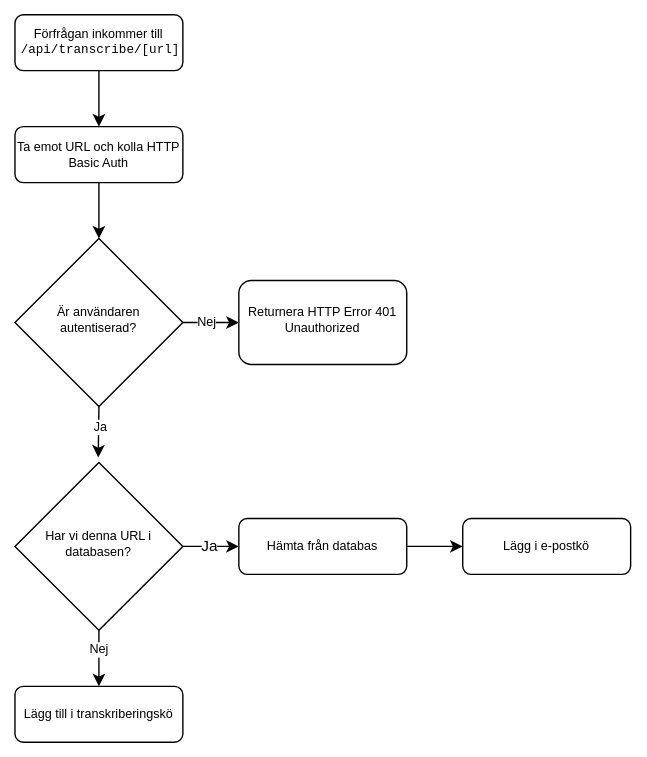
Earlier version of the draw.io export docs/images/system-flowchart.svg (seffradev/youtube-transcription-service). Source tidied: cells renumbered, new cells last; positions are measured from the earlier drawing's top-left corner, leaving out a move shared by most shapes. The source it was exported from:
```xml
<mxGraphModel>
  <root>
    <mxCell id="0" />
    <mxCell id="1" parent="0" />
    <mxCell id="2" style="edgeStyle=orthogonalEdgeStyle;rounded=0;jettySize=auto;html=1;exitX=0.5;exitY=1;exitDx=0;exitDy=0;entryX=0.5;entryY=0;entryDx=0;entryDy=0;" parent="1" edge="1" source="3" target="15">
      <mxGeometry relative="1" as="geometry" />
    </mxCell>
    <mxCell id="3" value="Ta emot URL och kolla HTTP Basic Auth" style="rounded=1;whiteSpace=wrap;html=1;fontSize=9;glass=0;strokeWidth=1;shadow=0;" parent="1" vertex="1">
      <mxGeometry y="80" width="120" height="40" as="geometry" />
    </mxCell>
    <mxCell id="4" style="edgeStyle=orthogonalEdgeStyle;rounded=0;jettySize=auto;html=1;exitX=0.5;exitY=1;exitDx=0;exitDy=0;entryX=0.5;entryY=0;entryDx=0;entryDy=0;" parent="1" edge="1" source="8" target="11">
      <mxGeometry relative="1" as="geometry" />
    </mxCell>
    <mxCell id="5" value="Nej" style="edgeLabel;html=1;align=center;verticalAlign=middle;fontSize=9;" parent="4" vertex="1">
      <mxGeometry x="0.38" relative="1" as="geometry">
        <mxPoint y="-14" as="offset" />
      </mxGeometry>
    </mxCell>
    <mxCell id="6" style="edgeStyle=orthogonalEdgeStyle;rounded=0;jettySize=auto;html=1;exitX=1;exitY=0.5;exitDx=0;exitDy=0;entryX=0;entryY=0.5;entryDx=0;entryDy=0;fontSize=9;" parent="1" edge="1" source="8" target="10">
      <mxGeometry relative="1" as="geometry" />
    </mxCell>
    <mxCell id="7" value="Ja" style="edgeLabel;html=1;align=center;verticalAlign=middle;" parent="6" vertex="1">
      <mxGeometry x="-0.04" y="-2" relative="1" as="geometry">
        <mxPoint y="-2" as="offset" />
      </mxGeometry>
    </mxCell>
    <mxCell id="8" value="Har vi denna URL i databasen?" style="rhombus;whiteSpace=wrap;html=1;shadow=0;fontFamily=Helvetica;fontSize=9;align=center;strokeWidth=1;spacing=6;spacingTop=-4;" parent="1" vertex="1">
      <mxGeometry y="320" width="120" height="120" as="geometry" />
    </mxCell>
    <mxCell id="9" style="edgeStyle=orthogonalEdgeStyle;rounded=0;jettySize=auto;html=1;" parent="1" edge="1" source="10" target="12">
      <mxGeometry relative="1" as="geometry" />
    </mxCell>
    <mxCell id="10" value="Hämta från databas" style="rounded=1;whiteSpace=wrap;html=1;fontSize=9;glass=0;strokeWidth=1;shadow=0;" parent="1" vertex="1">
      <mxGeometry x="160" y="360" width="120" height="40" as="geometry" />
    </mxCell>
    <mxCell id="11" value="Lägg till i transkriberingskö" style="rounded=1;whiteSpace=wrap;html=1;fontSize=9;glass=0;strokeWidth=1;shadow=0;" parent="1" vertex="1">
      <mxGeometry y="480" width="120" height="40" as="geometry" />
    </mxCell>
    <mxCell id="12" value="Lägg i e-postkö" style="rounded=1;whiteSpace=wrap;html=1;fontSize=9;glass=0;strokeWidth=1;shadow=0;" parent="1" vertex="1">
      <mxGeometry x="320" y="360" width="120" height="40" as="geometry" />
    </mxCell>
    <mxCell id="13" style="edgeStyle=orthogonalEdgeStyle;rounded=0;jettySize=auto;html=1;" parent="1" edge="1" source="15" target="18">
      <mxGeometry relative="1" as="geometry" />
    </mxCell>
    <mxCell id="14" value="Nej" style="edgeLabel;html=1;align=center;verticalAlign=middle;fontSize=9;" parent="13" vertex="1">
      <mxGeometry x="-0.17" y="-1" relative="1" as="geometry">
        <mxPoint y="-1" as="offset" />
      </mxGeometry>
    </mxCell>
    <mxCell id="15" value="Är användaren autentiserad?" style="rhombus;whiteSpace=wrap;html=1;shadow=0;fontFamily=Helvetica;fontSize=9;align=center;strokeWidth=1;spacing=6;spacingTop=-4;" parent="1" vertex="1">
      <mxGeometry y="160" width="120" height="120" as="geometry" />
    </mxCell>
    <mxCell id="16" style="edgeStyle=orthogonalEdgeStyle;rounded=0;jettySize=auto;html=1;exitX=0.5;exitY=1;exitDx=0;exitDy=0;entryX=0.496;entryY=-0.029;entryDx=0;entryDy=0;entryPerimeter=0;" parent="1" edge="1" source="15" target="8">
      <mxGeometry relative="1" as="geometry" />
    </mxCell>
    <mxCell id="17" value="Ja" style="edgeLabel;html=1;align=center;verticalAlign=middle;fontSize=9;" parent="16" vertex="1">
      <mxGeometry x="0.07" y="-1" relative="1" as="geometry">
        <mxPoint x="2" y="-5" as="offset" />
      </mxGeometry>
    </mxCell>
    <mxCell id="18" value="Returnera HTTP Error 401 Unauthorized" style="whiteSpace=wrap;html=1;shadow=0;strokeWidth=1;spacing=6;spacingTop=-4;rounded=1;fontSize=9;" parent="1" vertex="1">
      <mxGeometry x="160" y="190" width="120" height="60" as="geometry" />
    </mxCell>
    <mxCell id="19" style="edgeStyle=orthogonalEdgeStyle;rounded=0;jettySize=auto;html=1;exitX=0.5;exitY=1;exitDx=0;exitDy=0;entryX=0.5;entryY=0;entryDx=0;entryDy=0;" parent="1" edge="1" source="20" target="3">
      <mxGeometry relative="1" as="geometry" />
    </mxCell>
    <mxCell id="20" value="&lt;div style=&quot;font-size: 9px;&quot;&gt;Förfrågan inkommer till&lt;/div&gt;&lt;div style=&quot;font-size: 9px;&quot;&gt;&amp;nbsp;&lt;font style=&quot;font-size: 9px;&quot; face=&quot;Courier New&quot;&gt;/api/transcribe/[url]&lt;/font&gt;&lt;/div&gt;" style="rounded=1;whiteSpace=wrap;html=1;fontSize=9;glass=0;strokeWidth=1;shadow=0;" parent="1" vertex="1">
      <mxGeometry width="120" height="40" as="geometry" />
    </mxCell>
  </root>
</mxGraphModel>
```
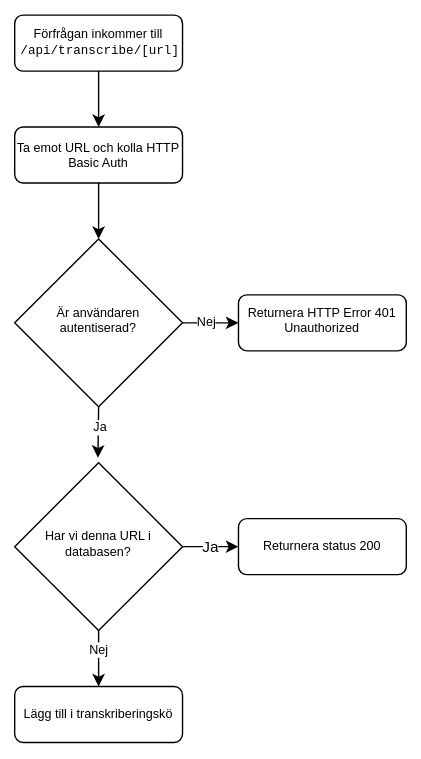
After the commit.

Diff of the diagram source:
```diff
@@ -27,18 +27,12 @@
     <mxCell id="8" value="Har vi denna URL i databasen?" style="rhombus;whiteSpace=wrap;html=1;shadow=0;fontFamily=Helvetica;fontSize=9;align=center;strokeWidth=1;spacing=6;spacingTop=-4;" parent="1" vertex="1">
       <mxGeometry y="320" width="120" height="120" as="geometry" />
     </mxCell>
-    <mxCell id="9" style="edgeStyle=orthogonalEdgeStyle;rounded=0;jettySize=auto;html=1;" parent="1" edge="1" source="10" target="12">
-      <mxGeometry relative="1" as="geometry" />
-    </mxCell>
-    <mxCell id="10" value="Hämta från databas" style="rounded=1;whiteSpace=wrap;html=1;fontSize=9;glass=0;strokeWidth=1;shadow=0;" parent="1" vertex="1">
+    <mxCell id="10" value="Returnera status 200" style="rounded=1;whiteSpace=wrap;html=1;fontSize=9;glass=0;strokeWidth=1;shadow=0;" parent="1" vertex="1">
       <mxGeometry x="160" y="360" width="120" height="40" as="geometry" />
     </mxCell>
     <mxCell id="11" value="Lägg till i transkriberingskö" style="rounded=1;whiteSpace=wrap;html=1;fontSize=9;glass=0;strokeWidth=1;shadow=0;" parent="1" vertex="1">
       <mxGeometry y="480" width="120" height="40" as="geometry" />
     </mxCell>
-    <mxCell id="12" value="Lägg i e-postkö" style="rounded=1;whiteSpace=wrap;html=1;fontSize=9;glass=0;strokeWidth=1;shadow=0;" parent="1" vertex="1">
-      <mxGeometry x="320" y="360" width="120" height="40" as="geometry" />
-    </mxCell>
     <mxCell id="13" style="edgeStyle=orthogonalEdgeStyle;rounded=0;jettySize=auto;html=1;" parent="1" edge="1" source="15" target="18">
       <mxGeometry relative="1" as="geometry" />
     </mxCell>
@@ -59,7 +53,7 @@
       </mxGeometry>
     </mxCell>
     <mxCell id="18" value="Returnera HTTP Error 401 Unauthorized" style="whiteSpace=wrap;html=1;shadow=0;strokeWidth=1;spacing=6;spacingTop=-4;rounded=1;fontSize=9;" parent="1" vertex="1">
-      <mxGeometry x="160" y="190" width="120" height="60" as="geometry" />
+      <mxGeometry x="160" y="200" width="120" height="40" as="geometry" />
     </mxCell>
     <mxCell id="19" style="edgeStyle=orthogonalEdgeStyle;rounded=0;jettySize=auto;html=1;exitX=0.5;exitY=1;exitDx=0;exitDy=0;entryX=0.5;entryY=0;entryDx=0;entryDy=0;" parent="1" edge="1" source="20" target="3">
       <mxGeometry relative="1" as="geometry" />
```
